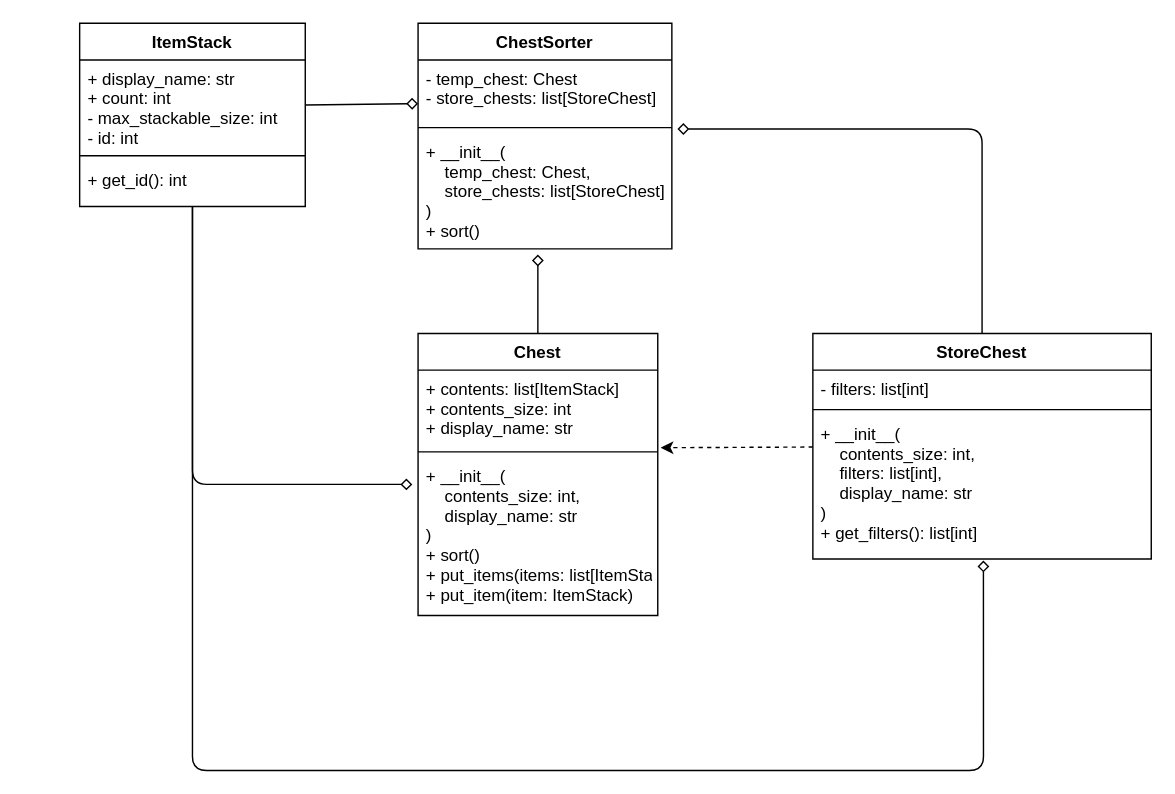
Above: diagram/class_diagram.drawio in sota70/item-sorter (draw.io), before the change. Source tidied: cells renumbered, new cells numbered last; positions are measured from the earlier drawing's top-left corner, leaving out a move shared by most shapes. Both pictures are drawn from the tidied source at 141%, with x=0, y=0 at pixel (79, 23).
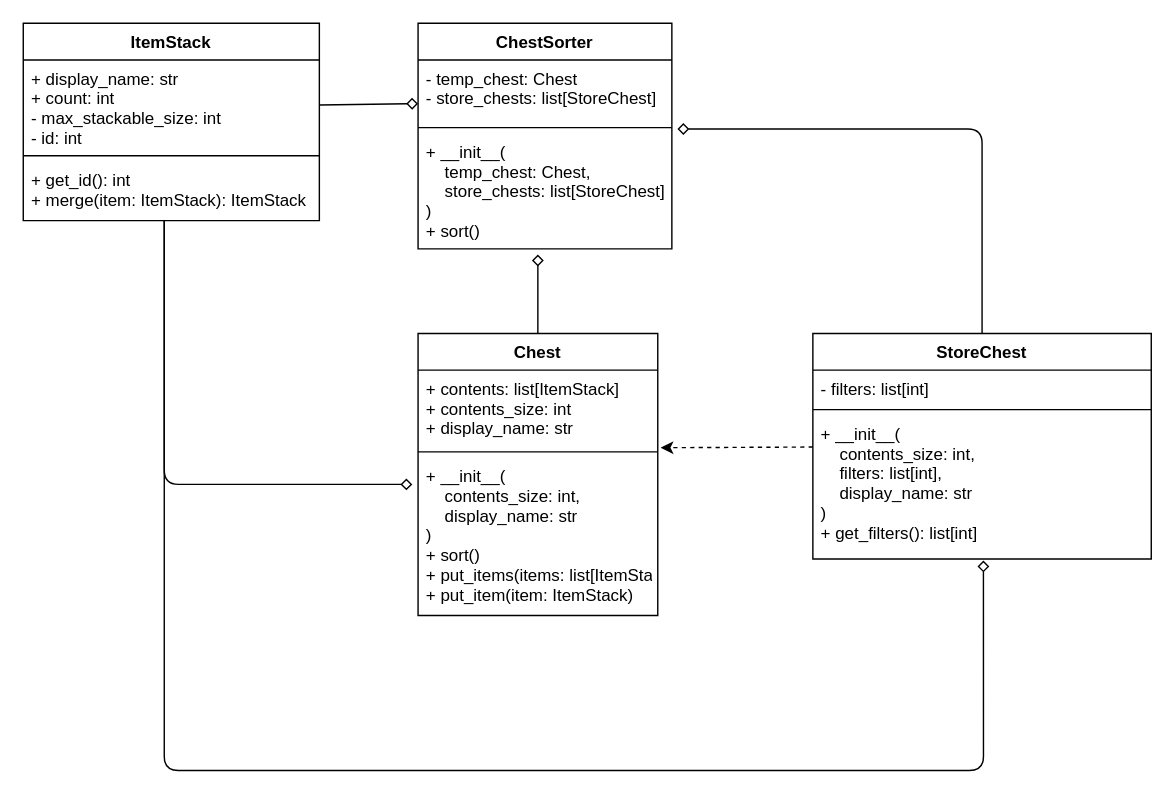
After the change.

Unchanged cells that the change refers to:
```xml
<mxCell id="14" value="+ __init__(&#10;    contents_size: int,&#10;    filters: list[int],&#10;    display_name: str&#10;)&#10;+ get_filters(): list[int]" style="text;strokeColor=none;fillColor=none;align=left;verticalAlign=top;spacingLeft=4;spacingRight=4;overflow=hidden;points=[[0,0.5],[1,0.5]];portConstraint=eastwest;" parent="11" vertex="1">
  <mxGeometry y="58" width="240" height="102" as="geometry" />
</mxCell>
<mxCell id="19" value="+ __init__(&#10;    contents_size: int,&#10;    display_name: str&#10;)&#10;+ sort()&#10;+ put_items(items: list[ItemStack])&#10;+ put_item(item: ItemStack)" style="text;strokeColor=none;fillColor=none;align=left;verticalAlign=top;spacingLeft=4;spacingRight=4;overflow=hidden;points=[[0,0.5],[1,0.5]];portConstraint=eastwest;" parent="16" vertex="1">
  <mxGeometry y="88" width="170" height="112" as="geometry" />
</mxCell>
```

Change to the diagram source:
```diff
@@
     <mxCell id="2" style="edgeStyle=orthogonalEdgeStyle;html=1;endArrow=diamond;endFill=0;entryX=-0.024;entryY=0.17;entryDx=0;entryDy=0;entryPerimeter=0;" parent="1" edge="1" source="5" target="19">
       <mxGeometry relative="1" as="geometry">
         <Array as="points">
-          <mxPoint x="80" y="327" />
+          <mxPoint x="60" y="327" />
         </Array>
       </mxGeometry>
     </mxCell>
     <mxCell id="3" style="edgeStyle=orthogonalEdgeStyle;html=1;endArrow=diamond;endFill=0;entryX=0.504;entryY=1.01;entryDx=0;entryDy=0;entryPerimeter=0;" parent="1" edge="1" source="5" target="14">
       <mxGeometry relative="1" as="geometry">
         <Array as="points">
-          <mxPoint x="80" y="530" />
+          <mxPoint x="60" y="530" />
           <mxPoint x="641" y="530" />
         </Array>
       </mxGeometry>
     </mxCell>
@@
     <mxCell id="5" value="ItemStack" style="swimlane;fontStyle=1;align=center;verticalAlign=top;horizontal=1;startSize=26;" parent="1" vertex="1">
-      <mxGeometry width="160" height="130" as="geometry" />
+      <mxGeometry x="-40" width="210" height="140" as="geometry" />
     </mxCell>
     <mxCell id="6" value="+ display_name: str&#10;+ count: int&#10;- max_stackable_size: int&#10;- id: int" style="text;strokeColor=none;fillColor=none;align=left;verticalAlign=top;spacingLeft=4;spacingRight=4;overflow=hidden;points=[[0,0.5],[1,0.5]];portConstraint=eastwest;" parent="5" vertex="1">
-      <mxGeometry y="26" width="160" height="64" as="geometry" />
+      <mxGeometry y="26" width="210" height="64" as="geometry" />
     </mxCell>
     <mxCell id="7" style="line;strokeWidth=1;fillColor=none;align=left;verticalAlign=middle;spacingTop=-1;spacingLeft=3;spacingRight=3;labelPosition=right;" parent="5" vertex="1">
-      <mxGeometry y="90" width="160" height="8" as="geometry" />
+      <mxGeometry y="90" width="210" height="8" as="geometry" />
     </mxCell>
-    <mxCell id="8" value="+ get_id(): int" style="text;strokeColor=none;fillColor=none;align=left;verticalAlign=top;spacingLeft=4;spacingRight=4;overflow=hidden;" parent="5" vertex="1">
-      <mxGeometry y="98" width="160" height="32" as="geometry" />
+    <mxCell id="8" value="+ get_id(): int&#10;+ merge(item: ItemStack): ItemStack" style="text;strokeColor=none;fillColor=none;align=left;verticalAlign=top;spacingLeft=4;spacingRight=4;overflow=hidden;" parent="5" vertex="1">
+      <mxGeometry y="98" width="210" height="42" as="geometry" />
     </mxCell>
```
